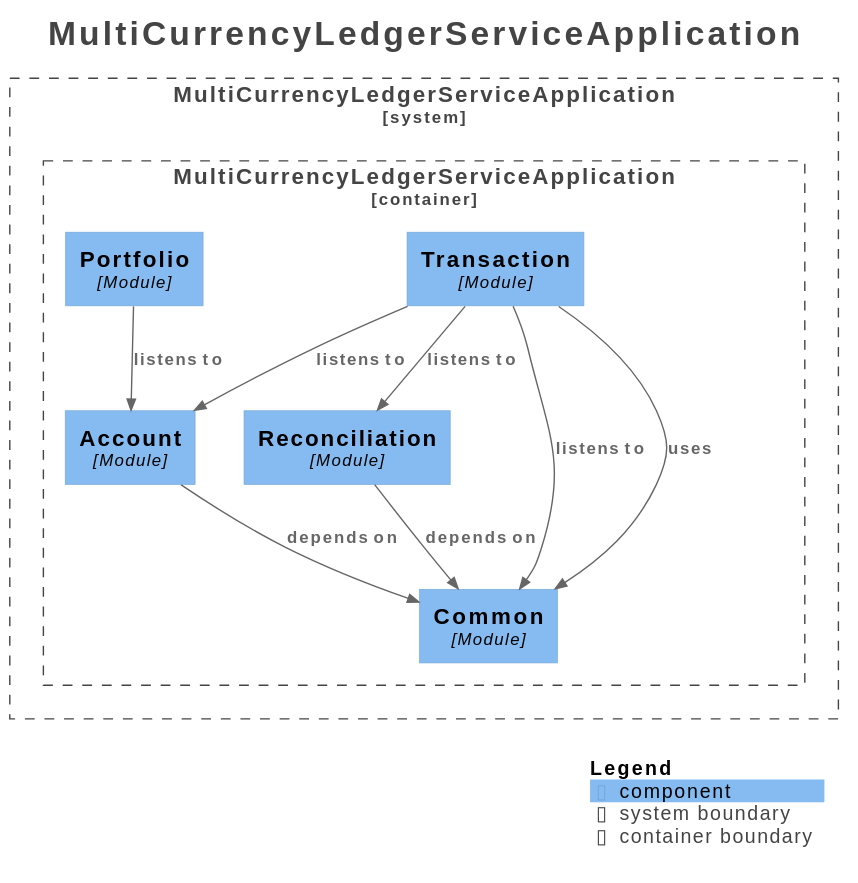
RaonJena99/multi-currency-ledger-service keeps this PlantUML diagram as docs/architecture/modulith/components.svg. Above is the earlier version.
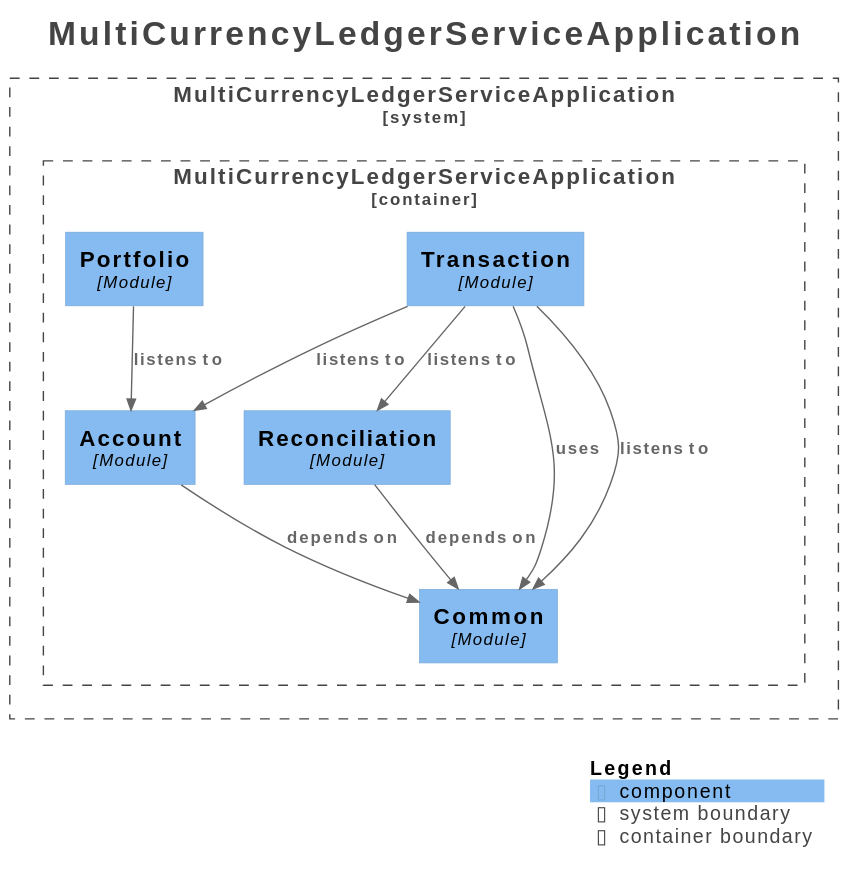
After the commit.

Commit message:
docs: 아키텍처 다이어그램 및 README 문서 자동 동기화

What changed in the source:
```diff
@@ -26,13 +26,13 @@
 
 }
 
-Rel(MultiCurrencyLedgerServiceApplication.MultiCurrencyLedgerServiceApplication.Transaction, MultiCurrencyLedgerServiceApplication.MultiCurrencyLedgerServiceApplication.Common, "listens to", $techn="", $tags="", $link="")
-Rel(MultiCurrencyLedgerServiceApplication.MultiCurrencyLedgerServiceApplication.Transaction, MultiCurrencyLedgerServiceApplication.MultiCurrencyLedgerServiceApplication.Account, "listens to", $techn="", $tags="", $link="")
 Rel(MultiCurrencyLedgerServiceApplication.MultiCurrencyLedgerServiceApplication.Transaction, MultiCurrencyLedgerServiceApplication.MultiCurrencyLedgerServiceApplication.Reconciliation, "listens to", $techn="", $tags="", $link="")
 Rel(MultiCurrencyLedgerServiceApplication.MultiCurrencyLedgerServiceApplication.Transaction, MultiCurrencyLedgerServiceApplication.MultiCurrencyLedgerServiceApplication.Common, "uses", $techn="", $tags="", $link="")
 Rel(MultiCurrencyLedgerServiceApplication.MultiCurrencyLedgerServiceApplication.Account, MultiCurrencyLedgerServiceApplication.MultiCurrencyLedgerServiceApplication.Common, "depends on", $techn="", $tags="", $link="")
+Rel(MultiCurrencyLedgerServiceApplication.MultiCurrencyLedgerServiceApplication.Portfolio, MultiCurrencyLedgerServiceApplication.MultiCurrencyLedgerServiceApplication.Account, "listens to", $techn="", $tags="", $link="")
 Rel(MultiCurrencyLedgerServiceApplication.MultiCurrencyLedgerServiceApplication.Reconciliation, MultiCurrencyLedgerServiceApplication.MultiCurrencyLedgerServiceApplication.Common, "depends on", $techn="", $tags="", $link="")
-Rel(MultiCurrencyLedgerServiceApplication.MultiCurrencyLedgerServiceApplication.Portfolio, MultiCurrencyLedgerServiceApplication.MultiCurrencyLedgerServiceApplication.Account, "listens to", $techn="", $tags="", $link="")
+Rel(MultiCurrencyLedgerServiceApplication.MultiCurrencyLedgerServiceApplication.Transaction, MultiCurrencyLedgerServiceApplication.MultiCurrencyLedgerServiceApplication.Common, "listens to", $techn="", $tags="", $link="")
+Rel(MultiCurrencyLedgerServiceApplication.MultiCurrencyLedgerServiceApplication.Transaction, MultiCurrencyLedgerServiceApplication.MultiCurrencyLedgerServiceApplication.Account, "listens to", $techn="", $tags="", $link="")
 
 SHOW_LEGEND(true)
 hide stereotypes
```
